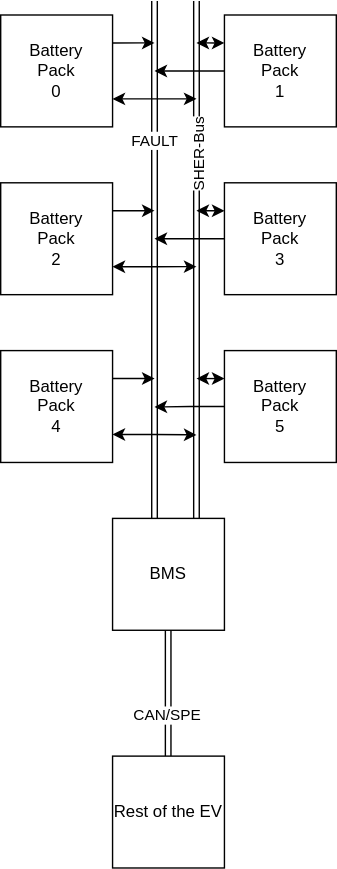
This is Figures/Battery.svg from cdg66/BUS_figures, a draw.io export, as it was before one commit. Source tidied: cells renumbered, new cells last; positions are measured from the earlier drawing's top-left corner, leaving out a move shared by most shapes.
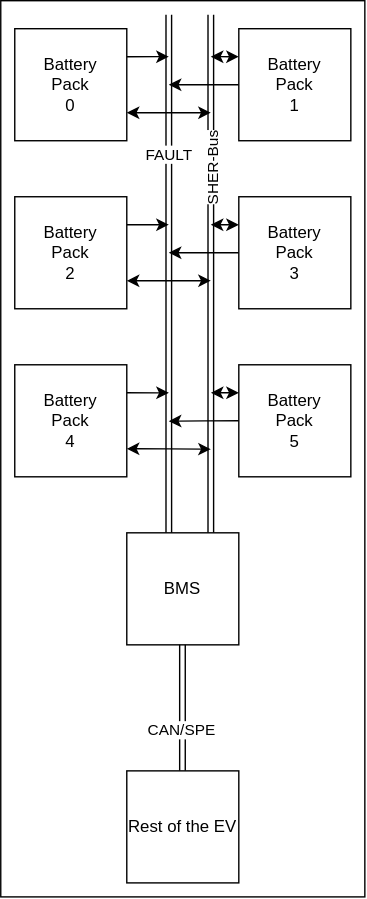
Later version of the same file.

What changed in the source:
```diff
@@ -2,6 +2,9 @@
   <root>
     <mxCell id="0" />
     <mxCell id="1" parent="0" />
+    <mxCell id="27" style="rounded=0;whiteSpace=wrap;html=1;" parent="1" vertex="1">
+      <mxGeometry x="-10" y="-10" width="260" height="640" as="geometry" />
+    </mxCell>
     <mxCell id="2" style="edgeStyle=orthogonalEdgeStyle;rounded=0;jettySize=auto;html=1;exitX=1;exitY=0.25;exitDx=0;exitDy=0;" parent="1" edge="1" source="4">
       <mxGeometry relative="1" as="geometry">
         <mxPoint x="110" y="30" as="targetPoint" />
```
